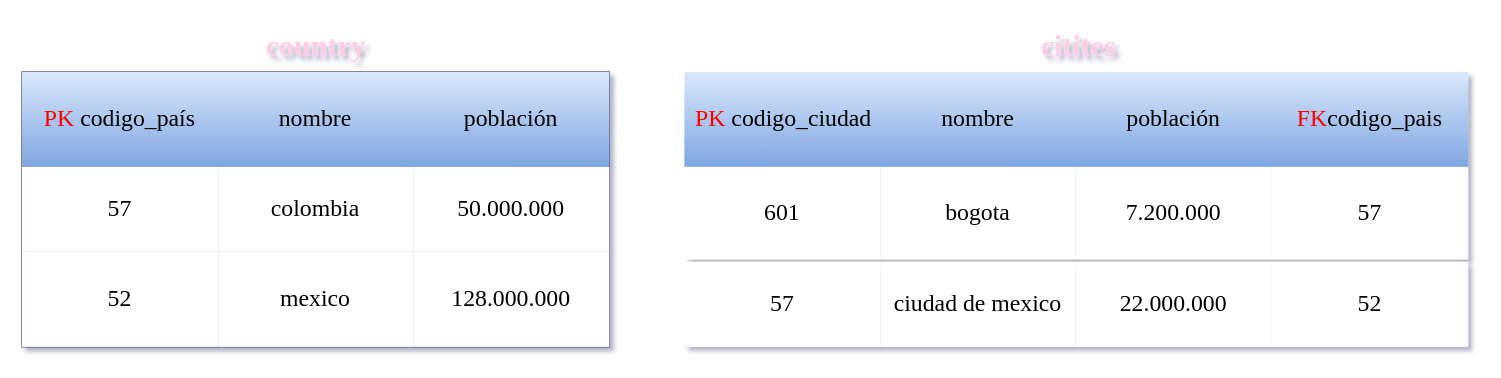
project-ultra-2022/db.postgresql keeps this draw.io diagram as esteban/documentacion/ejercicio.drawio. Above is the earlier version. Source tidied: cells renumbered, new cells numbered last; positions are measured from the earlier drawing's top-left corner, leaving out a move shared by most shapes. Both pictures are drawn from the tidied source at 125%, with x=0, y=0 at pixel (21, 21).
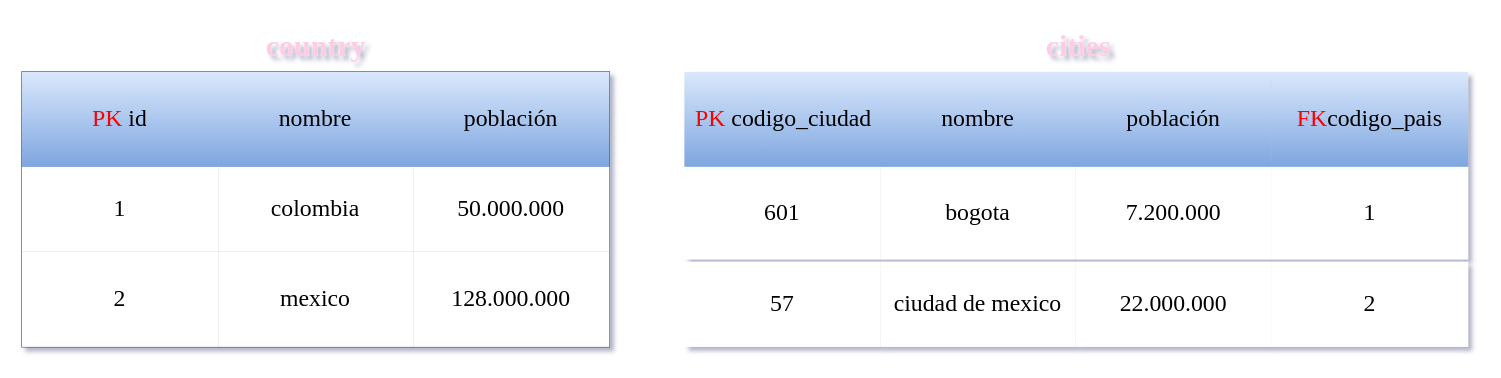
After the change.

Commit message:
correción esquema

The change refers to these unchanged cells:
```xml
<mxCell id="3" style="shape=partialRectangle;html=1;whiteSpace=wrap;fillColor=#dae8fc;top=0;left=0;bottom=0;right=0;fontFamily=Times New Roman;fontSize=19;strokeColor=#6c8ebf;gradientColor=#7ea6e0;" parent="2" vertex="1">
  <mxGeometry width="470" height="76" as="geometry" />
</mxCell>
<mxCell id="7" style="shape=partialRectangle;html=1;whiteSpace=wrap;fillColor=none;top=0;left=0;bottom=0;right=0;fontFamily=Times New Roman;fontSize=19;fontColor=#FFCCE6;" parent="2" vertex="1">
  <mxGeometry y="76" width="470" height="68" as="geometry" />
</mxCell>
<mxCell id="11" style="shape=partialRectangle;html=1;whiteSpace=wrap;fillColor=none;top=0;left=0;bottom=0;right=0;fontFamily=Times New Roman;fontSize=19;fontColor=#FFCCE6;" parent="2" vertex="1">
  <mxGeometry y="144" width="470" height="76" as="geometry" />
</mxCell>
```

What changed in the source:
```diff
@@
-    <mxCell id="4" value="&lt;font color=&quot;#ff0000&quot;&gt;PK&lt;/font&gt;&lt;font color=&quot;#000000&quot;&gt; codigo_país&lt;/font&gt;" style="shape=partialRectangle;html=1;whiteSpace=wrap;fillColor=none;top=0;left=0;bottom=0;right=0;overflow=hidden;fontFamily=Times New Roman;fontSize=19;fontColor=#FFCCE6;" parent="3" vertex="1">
+    <mxCell id="4" value="&lt;font color=&quot;#ff0000&quot;&gt;PK&lt;/font&gt;&lt;font color=&quot;#000000&quot;&gt; id&lt;/font&gt;" style="shape=partialRectangle;html=1;whiteSpace=wrap;fillColor=none;top=0;left=0;bottom=0;right=0;overflow=hidden;fontFamily=Times New Roman;fontSize=19;fontColor=#FFCCE6;" parent="3" vertex="1">
       <mxGeometry width="157" height="76" as="geometry" />
     </mxCell>
@@
-    <mxCell id="8" value="57" style="shape=partialRectangle;html=1;whiteSpace=wrap;top=0;left=0;bottom=0;right=0;overflow=hidden;fontFamily=Times New Roman;fontSize=19;" parent="7" vertex="1">
+    <mxCell id="8" value="1" style="shape=partialRectangle;html=1;whiteSpace=wrap;top=0;left=0;bottom=0;right=0;overflow=hidden;fontFamily=Times New Roman;fontSize=19;" parent="7" vertex="1">
       <mxGeometry width="157" height="68" as="geometry" />
     </mxCell>
@@
-    <mxCell id="12" value="52" style="shape=partialRectangle;html=1;whiteSpace=wrap;top=0;left=0;bottom=0;right=0;overflow=hidden;fontFamily=Times New Roman;fontSize=19;" parent="11" vertex="1">
+    <mxCell id="12" value="2" style="shape=partialRectangle;html=1;whiteSpace=wrap;top=0;left=0;bottom=0;right=0;overflow=hidden;fontFamily=Times New Roman;fontSize=19;" parent="11" vertex="1">
       <mxGeometry width="157" height="76" as="geometry" />
     </mxCell>
@@
-    <mxCell id="28" value="citites" style="text;strokeColor=none;fillColor=none;html=1;fontSize=24;fontStyle=1;verticalAlign=middle;align=center;fontFamily=Times New Roman;fontColor=#FFCCE6;" parent="1" vertex="1">
+    <mxCell id="28" value="cities" style="text;strokeColor=none;fillColor=none;html=1;fontSize=24;fontStyle=1;verticalAlign=middle;align=center;fontFamily=Times New Roman;fontColor=#FFCCE6;" parent="1" vertex="1">
       <mxGeometry x="530" width="630" height="40" as="geometry" />
     </mxCell>
@@
-    <mxCell id="30" value="57" style="shape=partialRectangle;html=1;whiteSpace=wrap;top=0;left=0;bottom=0;right=0;overflow=hidden;fontFamily=Times New Roman;fontSize=19;gradientColor=none;fillColor=default;strokeWidth=4;" parent="1" vertex="1">
+    <mxCell id="30" value="1" style="shape=partialRectangle;html=1;whiteSpace=wrap;top=0;left=0;bottom=0;right=0;overflow=hidden;fontFamily=Times New Roman;fontSize=19;gradientColor=none;fillColor=default;strokeWidth=4;" parent="1" vertex="1">
       <mxGeometry x="1000" y="116" width="157" height="74" as="geometry" />
     </mxCell>
-    <mxCell id="31" value="52" style="shape=partialRectangle;html=1;whiteSpace=wrap;top=0;left=0;bottom=0;right=0;overflow=hidden;fontFamily=Times New Roman;fontSize=19;gradientColor=none;fillColor=default;strokeWidth=4;" parent="1" vertex="1">
+    <mxCell id="31" value="2" style="shape=partialRectangle;html=1;whiteSpace=wrap;top=0;left=0;bottom=0;right=0;overflow=hidden;fontFamily=Times New Roman;fontSize=19;gradientColor=none;fillColor=default;strokeWidth=4;" parent="1" vertex="1">
       <mxGeometry x="1000" y="192" width="157" height="68" as="geometry" />
     </mxCell>
```
